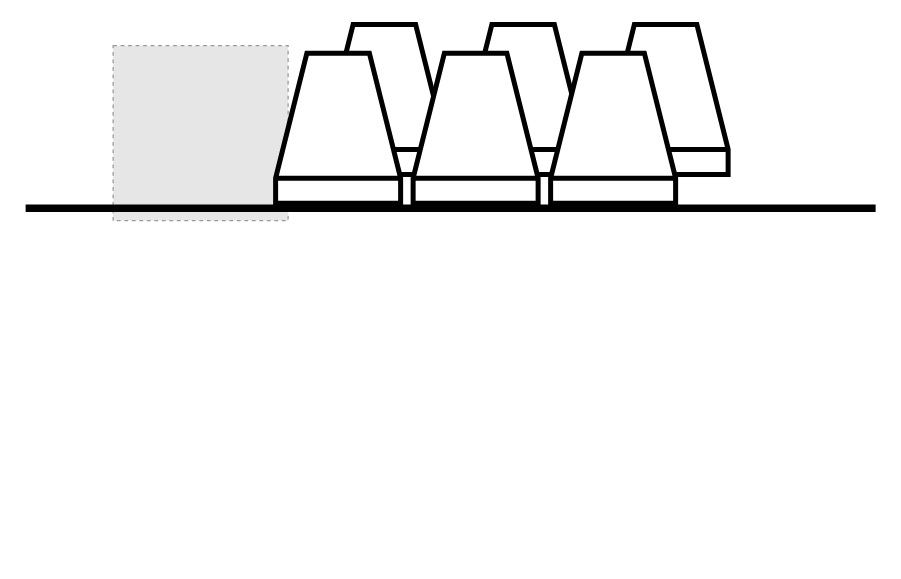
Above: seed-LDRD.drawio in jmctigue/drawio (draw.io), before the change. Source tidied: cells renumbered, new cells numbered last; positions are measured from the earlier drawing's top-left corner, leaving out a move shared by most shapes. Both pictures are drawn from the tidied source at 125%, with x=0, y=0 at pixel (25, 24). Pictures stored in the file or linked from it are replaced by grey dashed boxes.
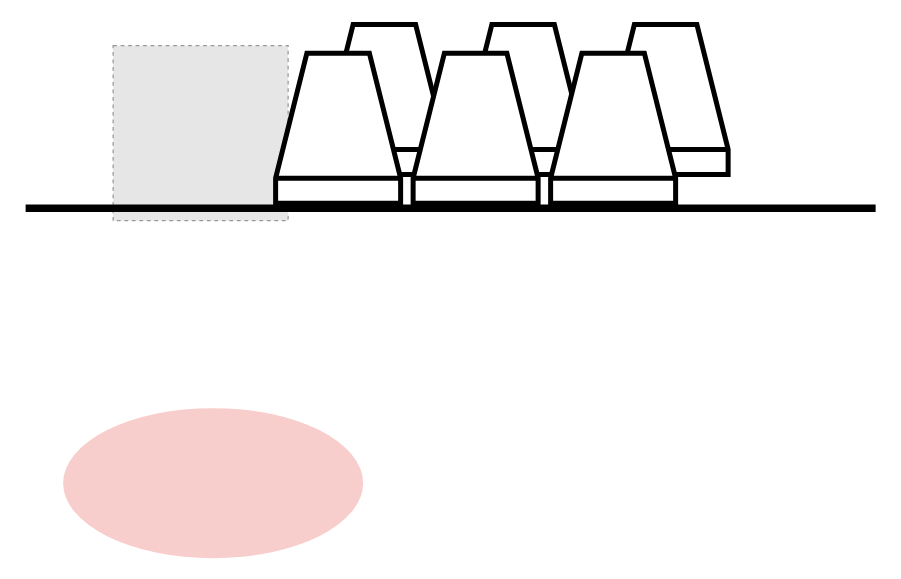
Above is the later version.

Change to the diagram source:
```diff
@@
 <mxGraphModel>
   <root>
     <mxCell id="0" />
     <mxCell id="1" parent="0" />
     <mxCell id="2" style="verticalLabelPosition=bottom;align=center;dashed=0;html=1;verticalAlign=top;shape=mxgraph.pid.misc.cooling_tower;strokeWidth=4;" parent="1" vertex="1">
       <mxGeometry x="462" width="100" height="120" as="geometry" />
     </mxCell>
     <mxCell id="3" style="verticalLabelPosition=bottom;align=center;dashed=0;html=1;verticalAlign=top;shape=mxgraph.pid.misc.cooling_tower;strokeWidth=4;" parent="1" vertex="1">
       <mxGeometry x="348" width="100" height="120" as="geometry" />
     </mxCell>
     <mxCell id="4" style="verticalLabelPosition=bottom;align=center;dashed=0;html=1;verticalAlign=top;shape=mxgraph.pid.misc.cooling_tower;strokeWidth=4;" parent="1" vertex="1">
       <mxGeometry x="237" width="100" height="120" as="geometry" />
     </mxCell>
     <mxCell id="5" value=" " style="fillColor=#E6E6E6;strokeColor=#999999;dashed=1;html=1;verticalAlign=top;verticalLabelPosition=bottom;labelBackgroundColor=#ffffff;" parent="1" vertex="1">
       <mxGeometry x="70" y="17" width="140" height="140" as="geometry" />
     </mxCell>
     <mxCell id="6" style="verticalLabelPosition=bottom;align=center;dashed=0;html=1;verticalAlign=top;shape=mxgraph.pid.misc.cooling_tower;strokeWidth=4;" parent="1" vertex="1">
       <mxGeometry x="200" y="23" width="100" height="120" as="geometry" />
     </mxCell>
     <mxCell id="7" style="verticalLabelPosition=bottom;align=center;dashed=0;html=1;verticalAlign=top;shape=mxgraph.pid.misc.cooling_tower;strokeWidth=4;" parent="1" vertex="1">
       <mxGeometry x="310" y="23" width="100" height="120" as="geometry" />
     </mxCell>
     <mxCell id="8" style="verticalLabelPosition=bottom;align=center;dashed=0;html=1;verticalAlign=top;shape=mxgraph.pid.misc.cooling_tower;strokeWidth=4;" parent="1" vertex="1">
       <mxGeometry x="420" y="23" width="100" height="120" as="geometry" />
     </mxCell>
     <mxCell id="9" style="endArrow=none;html=1;rounded=0;strokeWidth=6;" parent="1" edge="1">
       <mxGeometry relative="1" as="geometry">
         <mxPoint y="147" as="sourcePoint" />
         <mxPoint x="680" y="147" as="targetPoint" />
       </mxGeometry>
     </mxCell>
+    <mxCell id="10" style="ellipse;whiteSpace=wrap;html=1;shapeInside=1;fillColor=#f8cecc;strokeColor=none;shadow=0;glass=0;" parent="1" vertex="1">
+      <mxGeometry x="30" y="307" width="240" height="120" as="geometry" />
+    </mxCell>
   </root>
 </mxGraphModel>
```
